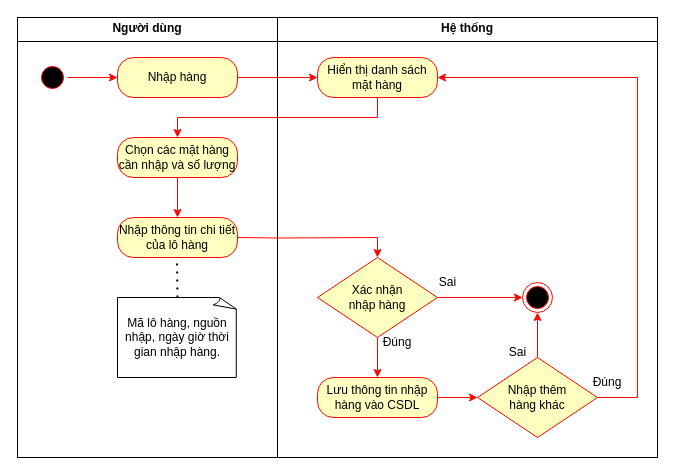
The draw.io diagram Sơ đồ hoạt động UC nhập hàng.drawio in HaojackYT/DAA_SA, before the edit. Source tidied: cells renumbered, new cells numbered last; positions are measured from the earlier drawing's top-left corner, leaving out a move shared by most shapes. Both pictures are drawn from the tidied source at 100%, with x=0, y=0 at pixel (17, 17).
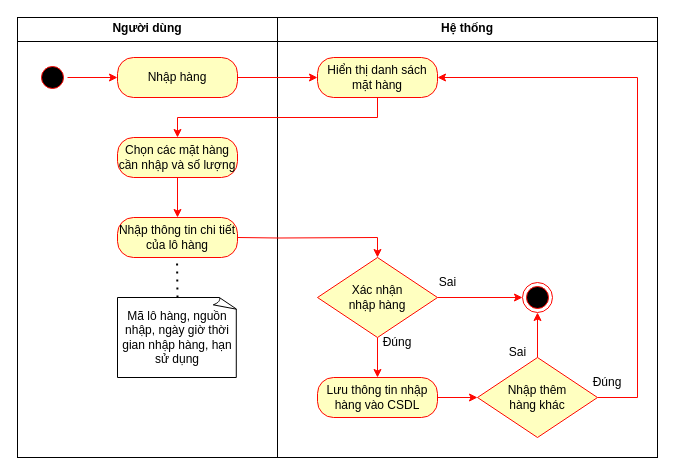
The same diagram, later.

Diff of the diagram source:
```diff
@@
-    <mxCell id="27" value="Mã lô hàng, nguồn nhập, ngày giờ thời gian nhập hàng." style="whiteSpace=wrap;html=1;shape=mxgraph.basic.document;align=center;strokeColor=#000000;" parent="1" vertex="1">
+    <mxCell id="27" value="Mã lô hàng, nguồn nhập, ngày giờ thời gian nhập hàng, hạn sử dụng" style="whiteSpace=wrap;html=1;shape=mxgraph.basic.document;align=center;strokeColor=#000000;" parent="1" vertex="1">
       <mxGeometry x="100" y="280" width="120" height="80" as="geometry" />
     </mxCell>
```
